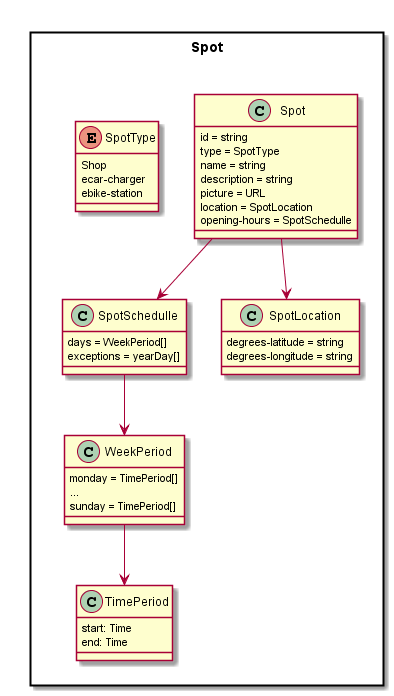
The PlantUML diagram datamodel/data-objects/spot/Spot-Data-Object-Model.png in reTHINK-project/specs, before a commit. Source of this version:
```plantuml
@startuml "../../datamodel/data-objects/spot/Spot-Data-Object-Model.png"

package Spot <<Rect>> {

	class Spot {
	  id = string
		type = SpotType
		name = string
		description = string
		picture = URL
		location = SpotLocation
		opening-hours = SpotSchedulle
	}

	enum SpotType {
		Shop
		ecar-charger
		ebike-station
	}

	class SpotSchedulle {
			days = WeekPeriod[]
			exceptions = yearDay[]
	}

	class SpotLocation {
			degrees-latitude = string
			degrees-longitude = string
	}

	class WeekPeriod {
			monday = TimePeriod[]
			...
			sunday = TimePeriod[]
	}

	class TimePeriod {
			start: Time
			end: Time
	}

	}


	Spot --> SpotLocation
	Spot --> SpotSchedulle
	SpotSchedulle --> WeekPeriod
	WeekPeriod --> TimePeriod


@enduml
```
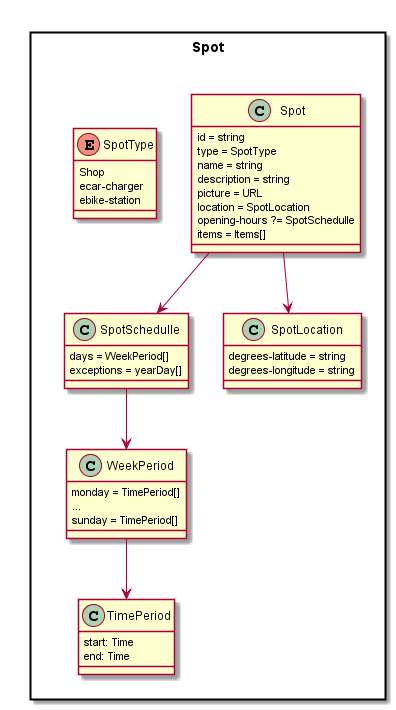
Above is the later version.

Commit message:
New E-commerce data model added Spots data model updated to support e-commerce items

Change to the diagram source:
```diff
@@ -9,7 +9,8 @@
 		description = string
 		picture = URL
 		location = SpotLocation
-		opening-hours = SpotSchedulle
+		opening-hours ?= SpotSchedulle
+		items = Items[]
 	}
 
 	enum SpotType {
```
